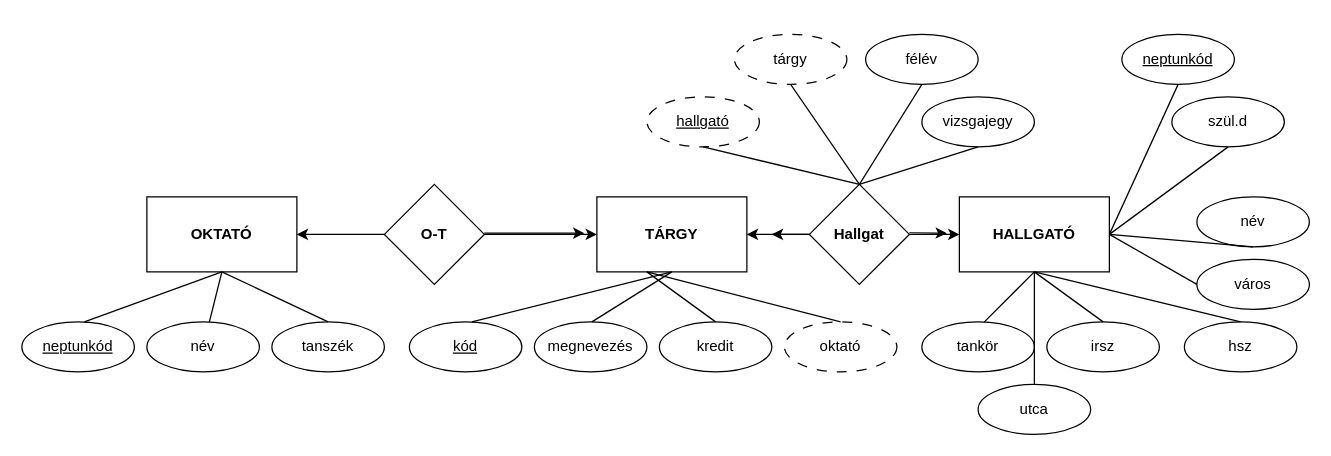
The draw.io diagram EYZWG9_0319/eyzwg9_2a.drawio in oroszkristof/EYZWG9_DB1, before the edit. Source tidied: cells renumbered, new cells numbered last; positions are measured from the earlier drawing's top-left corner, leaving out a move shared by most shapes. Both pictures are drawn from the tidied source at 125%, with x=0, y=0 at pixel (21, 34).
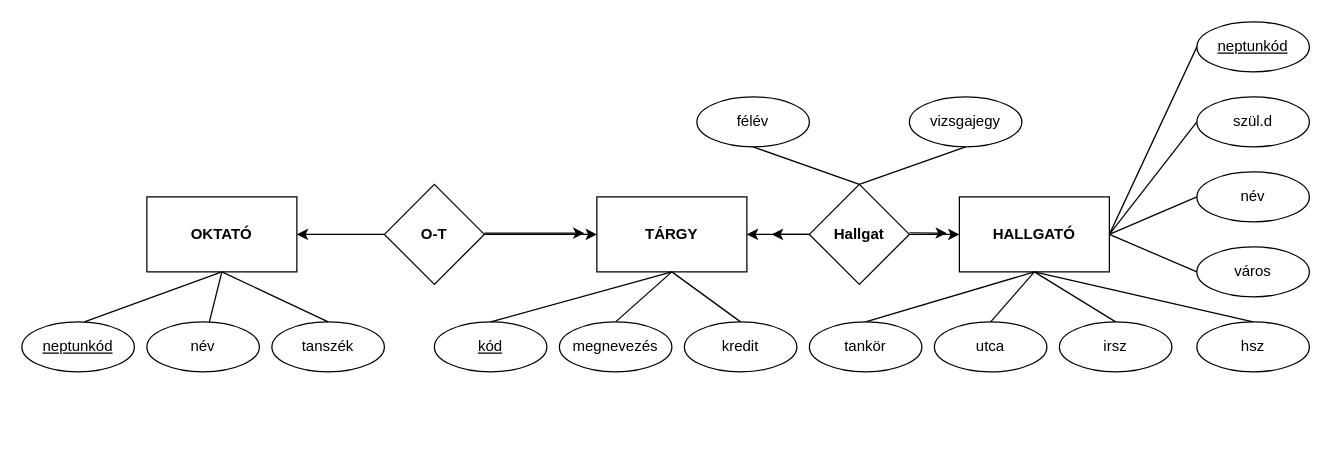
Above is the later version.

Unchanged cells that the change refers to:
```xml
<mxCell id="3" value="&lt;b&gt;HALLGATÓ&lt;/b&gt;" style="rounded=0;whiteSpace=wrap;html=1;" parent="1" vertex="1">
  <mxGeometry x="750" y="130" width="120" height="60" as="geometry" />
</mxCell>
<mxCell id="4" value="&lt;b&gt;TÁRGY&lt;/b&gt;" style="rounded=0;whiteSpace=wrap;html=1;" parent="1" vertex="1">
  <mxGeometry x="460" y="130" width="120" height="60" as="geometry" />
</mxCell>
<mxCell id="43" value="&lt;b&gt;Hallgat&lt;/b&gt;" style="rhombus;whiteSpace=wrap;html=1;" parent="1" vertex="1">
  <mxGeometry x="630" y="120" width="80" height="80" as="geometry" />
</mxCell>
```

Change to the diagram source:
```diff
@@
     <mxCell id="8" value="&lt;u&gt;kód&lt;/u&gt;" style="ellipse;whiteSpace=wrap;html=1;" parent="1" vertex="1">
-      <mxGeometry x="310" y="230" width="90" height="40" as="geometry" />
+      <mxGeometry x="330" y="230" width="90" height="40" as="geometry" />
     </mxCell>
     <mxCell id="9" value="megnevezés" style="ellipse;whiteSpace=wrap;html=1;" parent="1" vertex="1">
-      <mxGeometry x="410" y="230" width="90" height="40" as="geometry" />
+      <mxGeometry x="430" y="230" width="90" height="40" as="geometry" />
     </mxCell>
     <mxCell id="10" value="kredit" style="ellipse;whiteSpace=wrap;html=1;" parent="1" vertex="1">
-      <mxGeometry x="510" y="230" width="90" height="40" as="geometry" />
+      <mxGeometry x="530" y="230" width="90" height="40" as="geometry" />
     </mxCell>
-    <mxCell id="11" value="oktató" style="ellipse;whiteSpace=wrap;html=1;dashed=1;dashPattern=8 8;" parent="1" vertex="1">
-      <mxGeometry x="610" y="230" width="90" height="40" as="geometry" />
-    </mxCell>
-    <mxCell id="12" style="endArrow=none;html=1;rounded=0;entryX=0.5;entryY=1;entryDx=0;entryDy=0;" parent="1" edge="1" target="4">
-      <mxGeometry relative="1" as="geometry">
-        <mxPoint x="360" y="230" as="sourcePoint" />
-      </mxGeometry>
+    <mxCell id="12" style="endArrow=none;html=1;rounded=0;entryX=0.5;entryY=1;entryDx=0;entryDy=0;exitX=0.5;exitY=0;exitDx=0;exitDy=0;" parent="1" edge="1" source="8" target="4">
+      <mxGeometry relative="1" as="geometry" />
     </mxCell>
-    <mxCell id="13" value="&lt;u&gt;hallgató&lt;/u&gt;" style="ellipse;whiteSpace=wrap;html=1;dashed=1;dashPattern=8 8;" parent="1" vertex="1">
-      <mxGeometry x="500" y="50" width="90" height="40" as="geometry" />
-    </mxCell>
-    <mxCell id="14" value="tárgy" style="ellipse;whiteSpace=wrap;html=1;dashed=1;dashPattern=8 8;" parent="1" vertex="1">
-      <mxGeometry x="570" width="90" height="40" as="geometry" />
-    </mxCell>
     <mxCell id="15" value="félév" style="ellipse;whiteSpace=wrap;html=1;" parent="1" vertex="1">
-      <mxGeometry x="675" width="90" height="40" as="geometry" />
+      <mxGeometry x="540" y="50" width="90" height="40" as="geometry" />
     </mxCell>
     <mxCell id="16" value="vizsgajegy" style="ellipse;whiteSpace=wrap;html=1;" parent="1" vertex="1">
-      <mxGeometry x="720" y="50" width="90" height="40" as="geometry" />
+      <mxGeometry x="710" y="50" width="90" height="40" as="geometry" />
     </mxCell>
     <mxCell id="17" value="&lt;u&gt;neptunkód&lt;/u&gt;" style="ellipse;whiteSpace=wrap;html=1;" parent="1" vertex="1">
-      <mxGeometry x="880" width="90" height="40" as="geometry" />
+      <mxGeometry x="940" y="-10" width="90" height="40" as="geometry" />
     </mxCell>
     <mxCell id="18" value="név" style="ellipse;whiteSpace=wrap;html=1;" parent="1" vertex="1">
-      <mxGeometry x="940" y="130" width="90" height="40" as="geometry" />
+      <mxGeometry x="940" y="110" width="90" height="40" as="geometry" />
     </mxCell>
     <mxCell id="19" value="szül.d" style="ellipse;whiteSpace=wrap;html=1;" parent="1" vertex="1">
-      <mxGeometry x="920" y="50" width="90" height="40" as="geometry" />
+      <mxGeometry x="940" y="50" width="90" height="40" as="geometry" />
     </mxCell>
     <mxCell id="20" value="tankör" style="ellipse;whiteSpace=wrap;html=1;" parent="1" vertex="1">
-      <mxGeometry x="720" y="230" width="90" height="40" as="geometry" />
+      <mxGeometry x="630" y="230" width="90" height="40" as="geometry" />
     </mxCell>
     <mxCell id="21" value="irsz" style="ellipse;whiteSpace=wrap;html=1;" parent="1" vertex="1">
-      <mxGeometry x="820" y="230" width="90" height="40" as="geometry" />
+      <mxGeometry x="830" y="230" width="90" height="40" as="geometry" />
     </mxCell>
     <mxCell id="22" value="város" style="ellipse;whiteSpace=wrap;html=1;" parent="1" vertex="1">
-      <mxGeometry x="940" y="180" width="90" height="40" as="geometry" />
+      <mxGeometry x="940" y="170" width="90" height="40" as="geometry" />
     </mxCell>
     <mxCell id="23" value="utca" style="ellipse;whiteSpace=wrap;html=1;" parent="1" vertex="1">
-      <mxGeometry x="765" y="280" width="90" height="40" as="geometry" />
+      <mxGeometry x="730" y="230" width="90" height="40" as="geometry" />
     </mxCell>
     <mxCell id="24" value="hsz" style="ellipse;whiteSpace=wrap;html=1;" parent="1" vertex="1">
-      <mxGeometry x="930" y="230" width="90" height="40" as="geometry" />
+      <mxGeometry x="940" y="230" width="90" height="40" as="geometry" />
     </mxCell>
@@
     <mxCell id="28" style="endArrow=none;html=1;rounded=0;entryX=0.5;entryY=0;entryDx=0;entryDy=0;" parent="1" edge="1" target="10">
       <mxGeometry relative="1" as="geometry">
-        <mxPoint x="500" y="190" as="sourcePoint" />
+        <mxPoint x="520" y="190" as="sourcePoint" />
       </mxGeometry>
     </mxCell>
-    <mxCell id="29" style="endArrow=none;html=1;rounded=0;entryX=0.5;entryY=1;entryDx=0;entryDy=0;" parent="1" edge="1" target="4">
-      <mxGeometry relative="1" as="geometry">
-        <mxPoint x="456" y="230" as="sourcePoint" />
-      </mxGeometry>
+    <mxCell id="29" style="endArrow=none;html=1;rounded=0;entryX=0.5;entryY=1;entryDx=0;entryDy=0;exitX=0.5;exitY=0;exitDx=0;exitDy=0;" parent="1" edge="1" source="9" target="4">
+      <mxGeometry relative="1" as="geometry" />
     </mxCell>
-    <mxCell id="30" style="endArrow=none;html=1;rounded=0;entryX=0.5;entryY=0;entryDx=0;entryDy=0;" parent="1" edge="1" target="11">
-      <mxGeometry relative="1" as="geometry">
-        <mxPoint x="500" y="190" as="sourcePoint" />
-      </mxGeometry>
-    </mxCell>
@@
-    <mxCell id="35" style="endArrow=none;html=1;rounded=0;entryX=0.5;entryY=1;entryDx=0;entryDy=0;" parent="1" edge="1" target="3">
-      <mxGeometry relative="1" as="geometry">
-        <mxPoint x="770" y="230" as="sourcePoint" />
-      </mxGeometry>
+    <mxCell id="35" style="endArrow=none;html=1;rounded=0;entryX=0.5;entryY=1;entryDx=0;entryDy=0;exitX=0.5;exitY=0;exitDx=0;exitDy=0;" parent="1" edge="1" source="20" target="3">
+      <mxGeometry relative="1" as="geometry" />
     </mxCell>
@@
-    <mxCell id="39" style="endArrow=none;html=1;rounded=0;exitX=0.5;exitY=1;exitDx=0;exitDy=0;" parent="1" edge="1" source="19">
+    <mxCell id="39" style="endArrow=none;html=1;rounded=0;exitX=0;exitY=0.5;exitDx=0;exitDy=0;" parent="1" edge="1" source="19">
       <mxGeometry relative="1" as="geometry">
         <mxPoint x="870" y="160" as="targetPoint" />
       </mxGeometry>
     </mxCell>
-    <mxCell id="40" style="endArrow=none;html=1;rounded=0;exitX=0.5;exitY=1;exitDx=0;exitDy=0;" parent="1" edge="1" source="18">
+    <mxCell id="40" style="endArrow=none;html=1;rounded=0;exitX=0;exitY=0.5;exitDx=0;exitDy=0;" parent="1" edge="1" source="18">
       <mxGeometry relative="1" as="geometry">
         <mxPoint x="870" y="160" as="targetPoint" />
       </mxGeometry>
     </mxCell>
-    <mxCell id="41" style="endArrow=none;html=1;rounded=0;entryX=0.5;entryY=1;entryDx=0;entryDy=0;exitX=1;exitY=0.5;exitDx=0;exitDy=0;" parent="1" edge="1" source="3" target="17">
+    <mxCell id="41" style="endArrow=none;html=1;rounded=0;entryX=0;entryY=0.5;entryDx=0;entryDy=0;exitX=1;exitY=0.5;exitDx=0;exitDy=0;" parent="1" edge="1" source="3" target="17">
       <mxGeometry relative="1" as="geometry" />
     </mxCell>
-    <mxCell id="42" style="endArrow=none;html=1;rounded=0;" parent="1" edge="1">
+    <mxCell id="42" style="endArrow=none;html=1;rounded=0;entryX=0.5;entryY=0;entryDx=0;entryDy=0;" parent="1" edge="1" target="23">
       <mxGeometry relative="1" as="geometry">
         <mxPoint x="810" y="190" as="sourcePoint" />
-        <mxPoint x="810" y="280" as="targetPoint" />
       </mxGeometry>
     </mxCell>
@@
-    <mxCell id="49" style="endArrow=none;html=1;rounded=0;entryX=0.5;entryY=0;entryDx=0;entryDy=0;exitX=0.5;exitY=1;exitDx=0;exitDy=0;" parent="1" edge="1" source="14" target="43">
-      <mxGeometry relative="1" as="geometry" />
-    </mxCell>
-    <mxCell id="50" style="endArrow=none;html=1;rounded=0;entryX=0.5;entryY=0;entryDx=0;entryDy=0;exitX=0.5;exitY=1;exitDx=0;exitDy=0;" parent="1" edge="1" source="13" target="43">
-      <mxGeometry relative="1" as="geometry" />
-    </mxCell>
```
